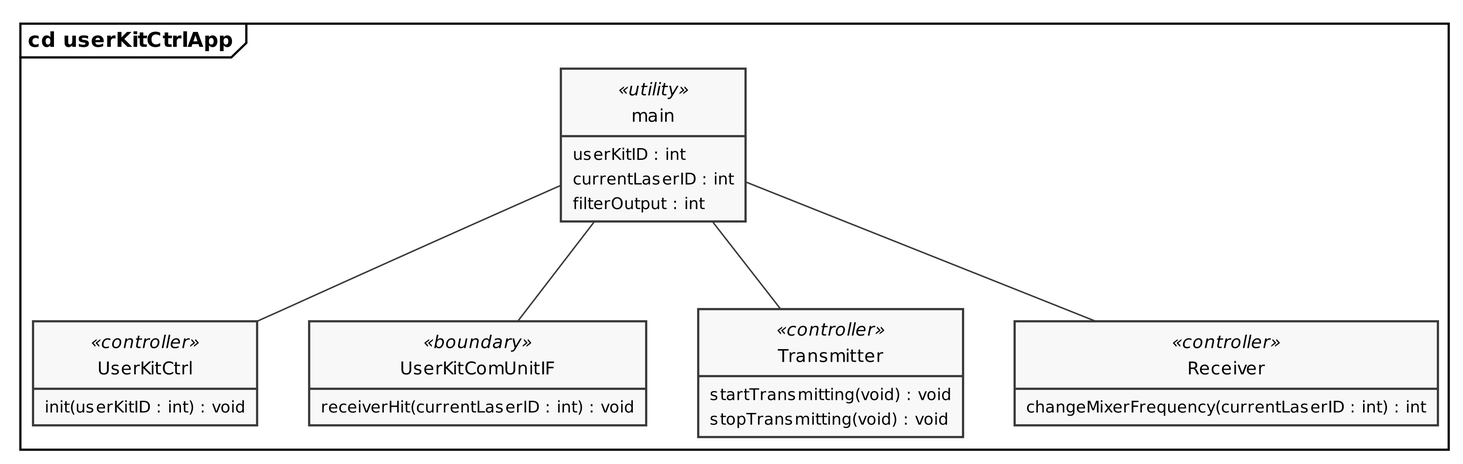
LasseKrarup/Laser-Tag-Project keeps this PlantUML diagram as PlantUML/out/userKitCtrlApp_cd.png. Above is the earlier version.
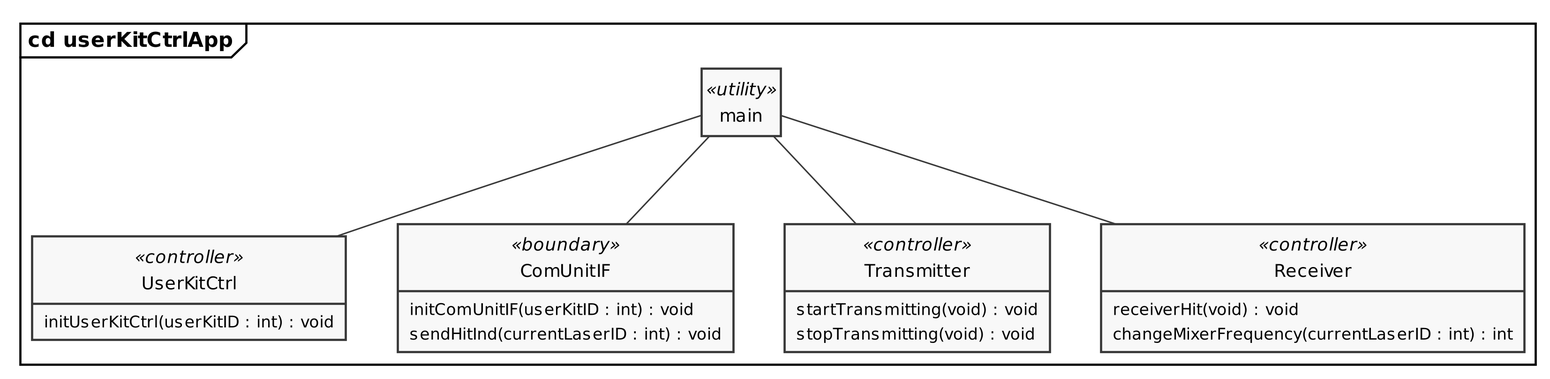
Later version of the same file.

Change to the diagram source:
```diff
@@ -15,17 +15,15 @@
 frame "cd userKitCtrlApp" {
 
     class main <<utility>> {
-        userKitID : int
-        currentLaserID : int
-        filterOutput : int
     }
 
     class UserKitCtrl <<controller>> {
-        init(userKitID : int) : void
+        initUserKitCtrl(userKitID : int) : void
     }
 
-    class UserKitComUnitIF <<boundary>> {
-        receiverHit(currentLaserID : int) : void
+    class ComUnitIF <<boundary>> {
+        initComUnitIF(userKitID : int) : void
+        sendHitInd(currentLaserID : int) : void
     }
 
     class Transmitter <<controller>> {
@@ -34,6 +32,7 @@
     }
 
     class Receiver <<controller>> {
+        receiverHit(void) : void
         changeMixerFrequency(currentLaserID : int) : int
     }
 }
@@ -41,6 +40,6 @@
 main -- UserKitCtrl
 main -- Transmitter
 main -- Receiver
-main -- UserKitComUnitIF
+main -- ComUnitIF
 
 @enduml
```
